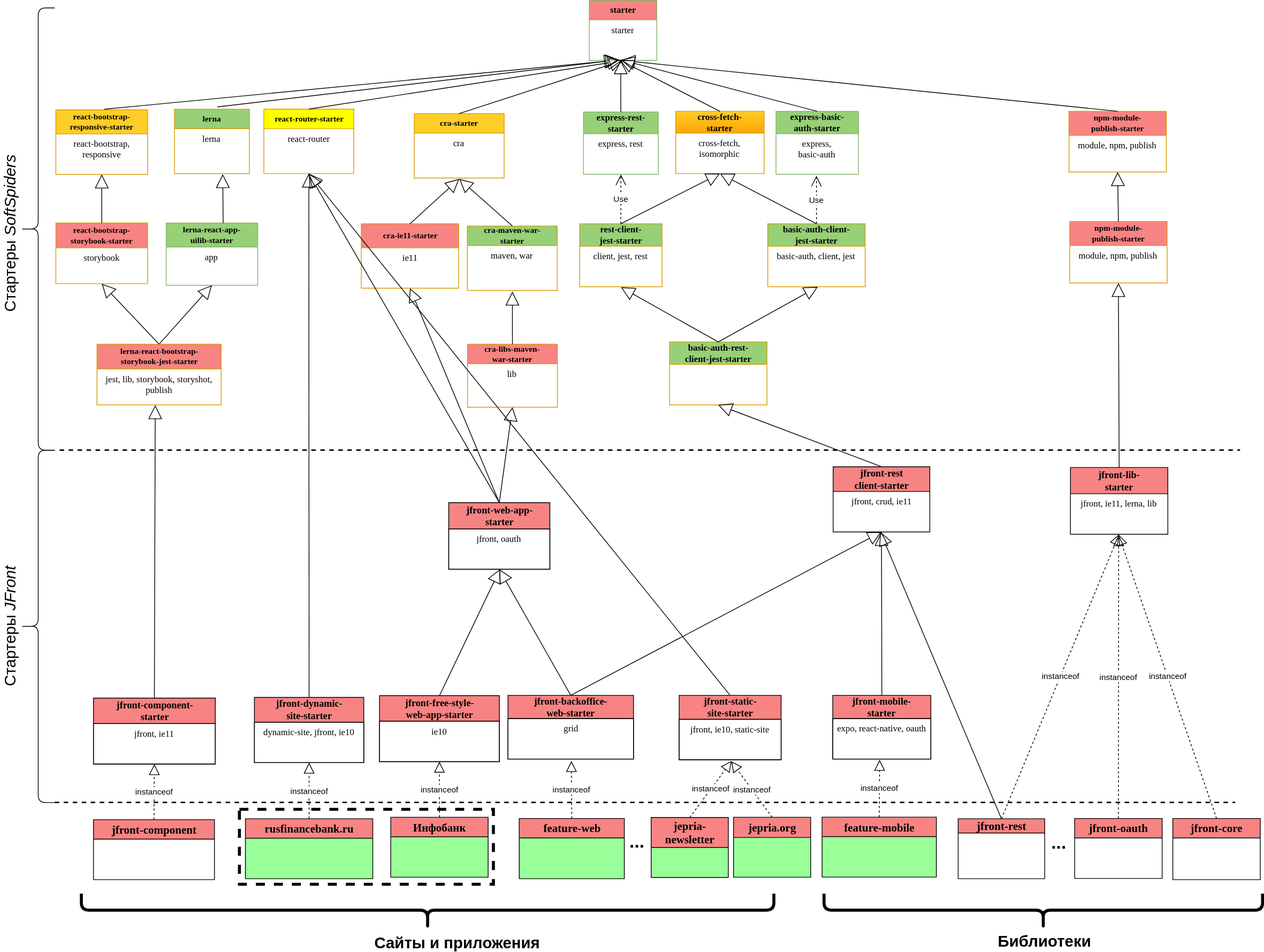
Jepria/doc keeps this draw.io diagram as jfront/images/jfront-plan.svg. Above is the earlier version. Source tidied: cells renumbered, new cells last; positions are measured from the earlier drawing's top-left corner, leaving out a move shared by most shapes.
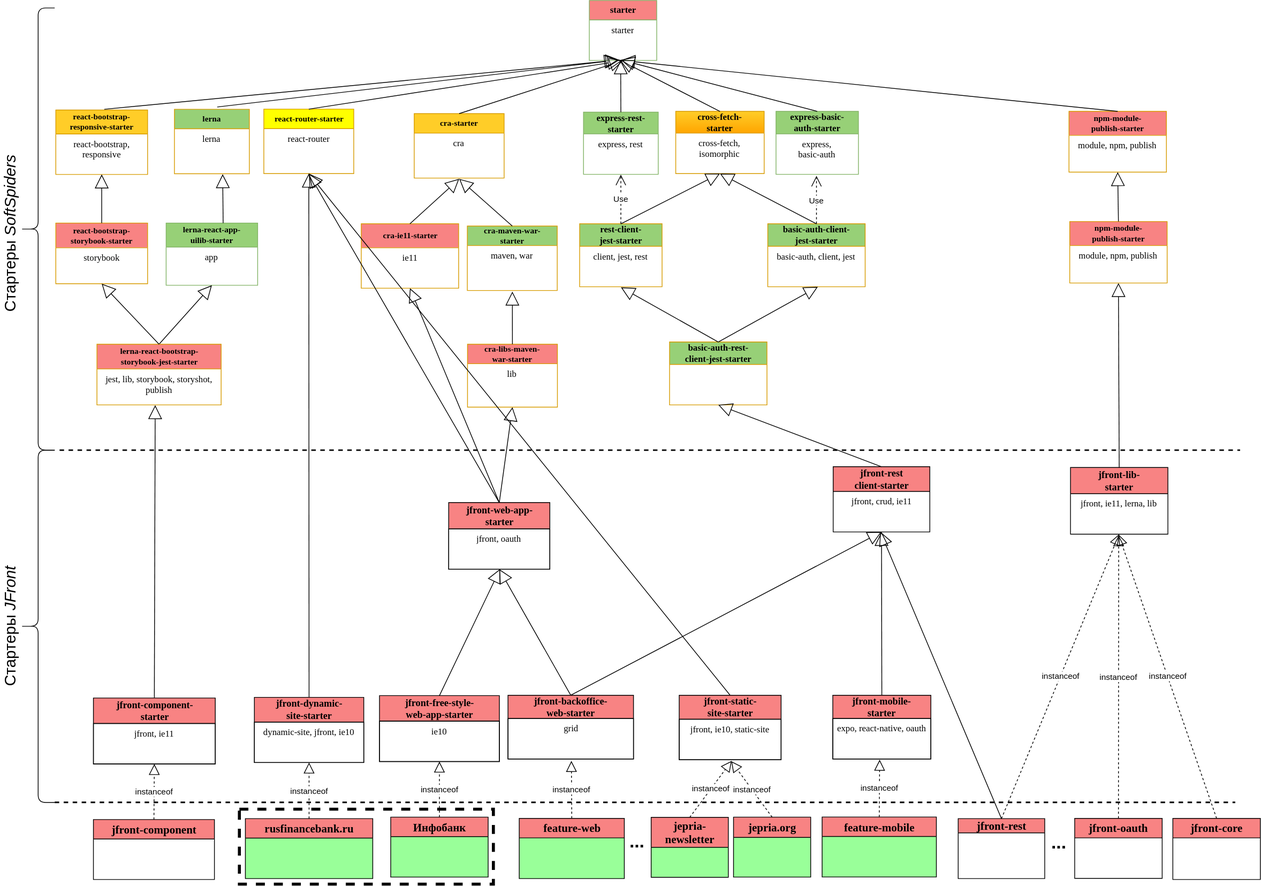
The same file after the commit.

The edit, as a diff of the source:
```diff
@@ -146,18 +146,6 @@
     <mxCell id="48" style="endArrow=block;endSize=16;endFill=0;html=1;exitX=0.5;exitY=0;exitDx=0;exitDy=0;entryX=0.5;entryY=1;entryDx=0;entryDy=0;" parent="1" edge="1" source="6" target="105">
       <mxGeometry relative="1" as="geometry" />
     </mxCell>
-    <mxCell id="49" style="shape=curlyBracket;whiteSpace=wrap;html=1;rounded=1;strokeWidth=4;fillColor=#F88383;size=0.5353383458646644;rotation=-90;" parent="1" vertex="1">
-      <mxGeometry x="647.5" y="753.2" width="47.5" height="924.4" as="geometry" />
-    </mxCell>
-    <mxCell id="50" style="shape=curlyBracket;whiteSpace=wrap;html=1;rounded=1;strokeWidth=4;fillColor=#F88383;size=0.5353383458646644;rotation=-90;" parent="1" vertex="1">
-      <mxGeometry x="1469.2" y="922.7" width="47.5" height="585.4" as="geometry" />
-    </mxCell>
-    <mxCell id="51" value="Сайты и приложения" style="text;html=1;strokeColor=none;fillColor=none;align=center;verticalAlign=middle;whiteSpace=wrap;rounded=0;fontSize=21;fontStyle=1;" parent="1" vertex="1">
-      <mxGeometry x="525.6" y="1246.6" width="370" height="20" as="geometry" />
-    </mxCell>
-    <mxCell id="52" value="Библиотеки" style="text;html=1;strokeColor=none;fillColor=none;align=center;verticalAlign=middle;whiteSpace=wrap;rounded=0;fontSize=21;fontStyle=1;" parent="1" vertex="1">
-      <mxGeometry x="1397.8" y="1244.6" width="194.4" height="20" as="geometry" />
-    </mxCell>
     <mxCell id="53" value="..." style="text;html=1;strokeColor=none;fillColor=none;align=center;verticalAlign=middle;whiteSpace=wrap;rounded=0;fontSize=24;fontStyle=1;" parent="1" vertex="1">
       <mxGeometry x="930.8" y="1112.7" width="40" height="20" as="geometry" />
     </mxCell>
```
